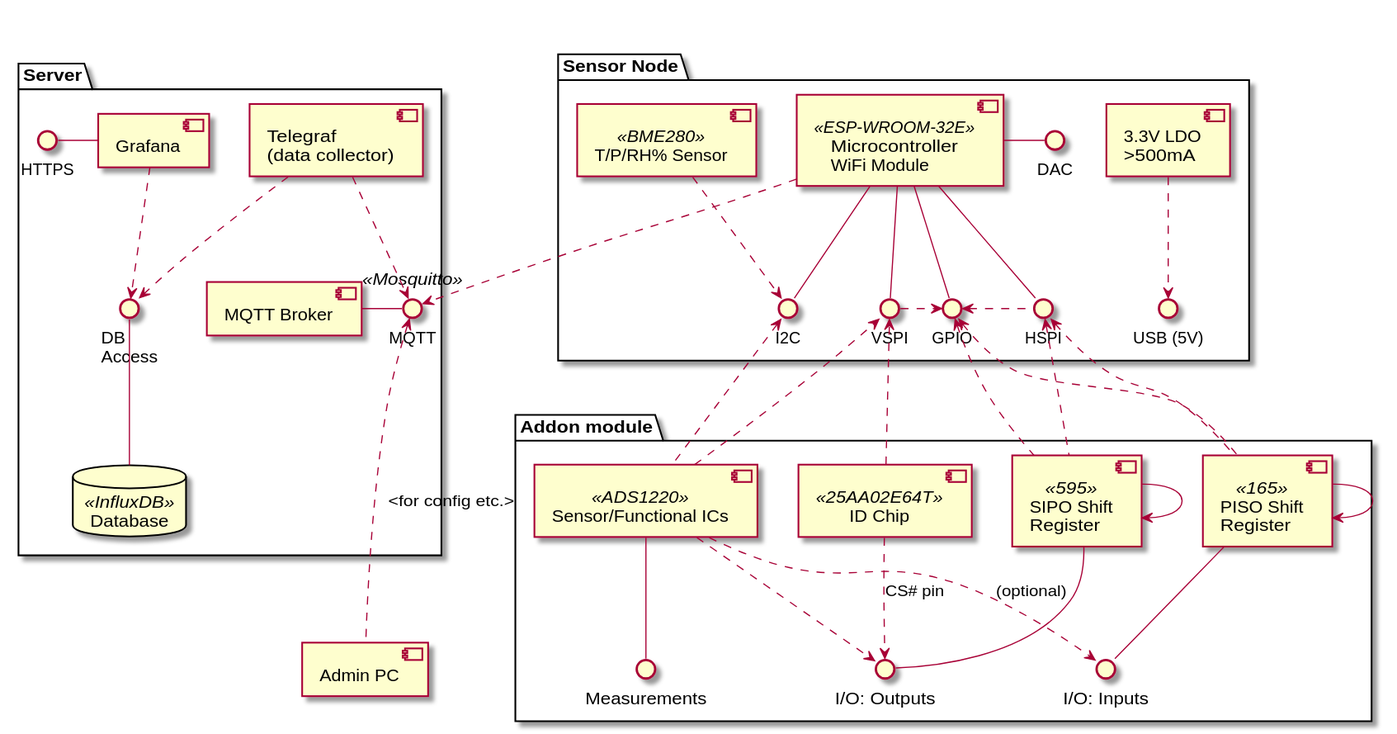
Before: docs/components.svg, a diagram exported from PlantUML (Tulitomaatti/mittari).
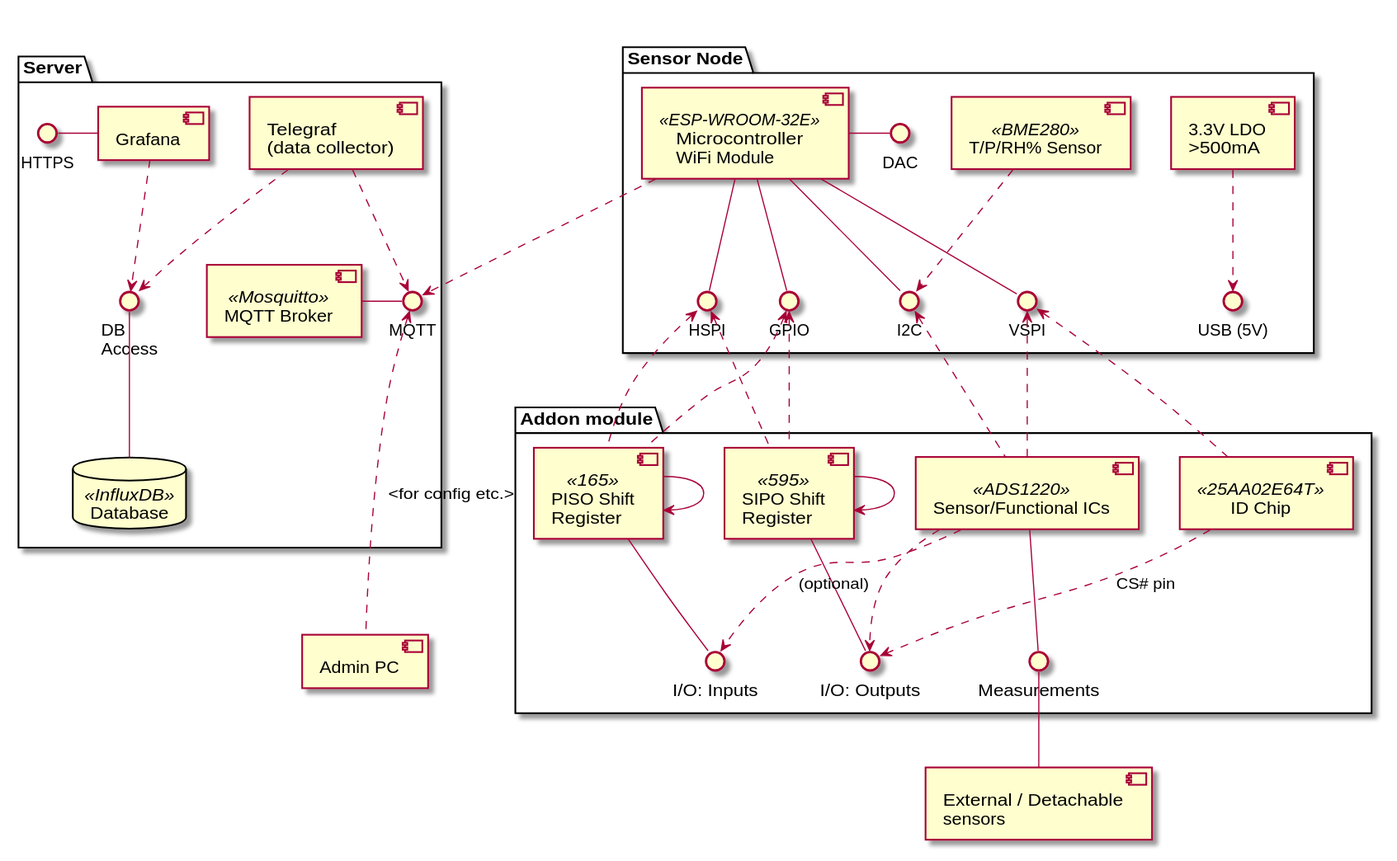
After the commit.

Commit message:
rendered diagram

Diff of the diagram source:
```diff
@@ -22,10 +22,12 @@
     interface module_outputs as "I/O: Outputs"
 }
 
+component ext_sensors as "External / Detachable\n sensors"
+
 
 package server as "Server" {
-    component mqtt_broker as "MQTT Broker"
-    interface mqtt as "MQTT" <<Mosquitto>>
+    component mqtt_broker as "MQTT Broker" <<Mosquitto>>
+    interface mqtt as "MQTT"
 
     component telegraf as "Telegraf\n(data collector)"
     database db as "Database" <<InfluxDB>>
@@ -49,7 +51,7 @@
 esp32 -- I2C
 esp32 -r- DAC
 esp32 -- GPIO
-BME280 ..> I2C
+BME280 .r.> I2C
 mqtt_broker - mqtt
 db -up- influx
 
@@ -71,6 +73,7 @@
 sensor ..> module_inputs : (optional)
 sensor -d- measurement
 sensor .u.> I2C
+ext_sensors -u- measurement
 
 pc .up..> mqtt : <for config etc.>
 
@@ -79,7 +82,5 @@
 BME280 <-[hidden] ldo
 I2C <-[hidden] GPIO
 
-GPIO <.right. HSPI
-GPIO <.left. VSPI
 
 @enduml
```
